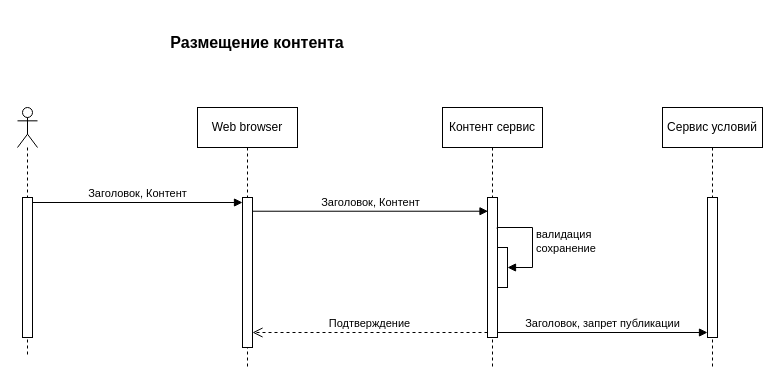
Above: page "Размещение" (3 of 6) of hw1/(2) sequence.drawio in Slezkin-AV/microservice_hw (draw.io), before the change. Source tidied: cells renumbered, new cells numbered last; positions are measured from the earlier drawing's top-left corner, leaving out a move shared by most shapes. Both pictures are drawn from the tidied source at 100%, with x=0, y=0 at pixel (17, 27).
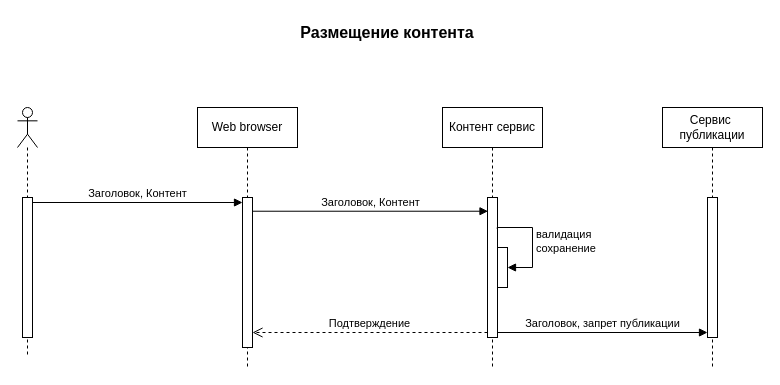
The same diagram, later.

Diff of the diagram source:
```diff
@@
 <mxGraphModel>
   <root>
     <mxCell id="0" />
     <mxCell id="1" parent="0" />
     <mxCell id="2" style="shape=umlLifeline;perimeter=lifelinePerimeter;whiteSpace=wrap;html=1;newEdgeStyle={&quot;curved&quot;:0,&quot;rounded&quot;:0};participant=umlActor;" parent="1" vertex="1">
       <mxGeometry y="80" width="20" height="250" as="geometry" />
     </mxCell>
     <mxCell id="3" style="html=1;points=[[0,0,0,0,5],[0,1,0,0,-5],[1,0,0,0,5],[1,1,0,0,-5]];perimeter=orthogonalPerimeter;outlineConnect=0;targetShapes=umlLifeline;portConstraint=eastwest;newEdgeStyle={&quot;curved&quot;:0,&quot;rounded&quot;:0};" parent="2" vertex="1">
       <mxGeometry x="5" y="90" width="10" height="140" as="geometry" />
     </mxCell>
     <mxCell id="4" value="Контент сервис" style="shape=umlLifeline;perimeter=lifelinePerimeter;whiteSpace=wrap;html=1;newEdgeStyle={&quot;curved&quot;:0,&quot;rounded&quot;:0};" parent="1" vertex="1">
       <mxGeometry x="425" y="80" width="100" height="260" as="geometry" />
     </mxCell>
     <mxCell id="5" style="html=1;points=[[0,0,0,0,5],[0,1,0,0,-5],[1,0,0,0,5],[1,1,0,0,-5]];perimeter=orthogonalPerimeter;outlineConnect=0;targetShapes=umlLifeline;portConstraint=eastwest;newEdgeStyle={&quot;curved&quot;:0,&quot;rounded&quot;:0};" parent="4" vertex="1">
       <mxGeometry x="45" y="90" width="10" height="140" as="geometry" />
     </mxCell>
     <mxCell id="6" style="html=1;points=[[0,0,0,0,5],[0,1,0,0,-5],[1,0,0,0,5],[1,1,0,0,-5]];perimeter=orthogonalPerimeter;outlineConnect=0;targetShapes=umlLifeline;portConstraint=eastwest;newEdgeStyle={&quot;curved&quot;:0,&quot;rounded&quot;:0};" parent="4" vertex="1">
       <mxGeometry x="55" y="140" width="10" height="40" as="geometry" />
     </mxCell>
     <mxCell id="7" value="валидация&lt;div&gt;сохранение&lt;/div&gt;" style="html=1;align=left;spacingLeft=2;endArrow=block;rounded=0;edgeStyle=orthogonalEdgeStyle;curved=0;rounded=0;exitX=0.97;exitY=0.223;exitDx=0;exitDy=0;exitPerimeter=0;" parent="4" edge="1" source="5" target="6">
       <mxGeometry relative="1" as="geometry">
         <Array as="points">
           <mxPoint x="55" y="120" />
           <mxPoint x="90" y="120" />
           <mxPoint x="90" y="160" />
         </Array>
       </mxGeometry>
     </mxCell>
     <mxCell id="8" value="Заголовок, Контент" style="html=1;verticalAlign=bottom;endArrow=block;curved=0;rounded=0;exitX=1;exitY=0;exitDx=0;exitDy=5;exitPerimeter=0;" parent="1" edge="1" source="3" target="11">
       <mxGeometry relative="1" as="geometry" />
     </mxCell>
     <mxCell id="9" value="Подтверждение" style="html=1;verticalAlign=bottom;endArrow=open;dashed=1;endSize=8;curved=0;rounded=0;exitX=0;exitY=1;exitDx=0;exitDy=-5;" parent="1" edge="1" source="5" target="11">
       <mxGeometry relative="1" as="geometry" />
     </mxCell>
     <mxCell id="10" value="Web browser" style="shape=umlLifeline;perimeter=lifelinePerimeter;whiteSpace=wrap;html=1;newEdgeStyle={&quot;curved&quot;:0,&quot;rounded&quot;:0};" parent="1" vertex="1">
       <mxGeometry x="180" y="80" width="100" height="260" as="geometry" />
     </mxCell>
     <mxCell id="11" style="html=1;points=[[0,0,0,0,5],[0,1,0,0,-5],[1,0,0,0,5],[1,1,0,0,-5]];perimeter=orthogonalPerimeter;outlineConnect=0;targetShapes=umlLifeline;portConstraint=eastwest;newEdgeStyle={&quot;curved&quot;:0,&quot;rounded&quot;:0};" parent="10" vertex="1">
       <mxGeometry x="45" y="90" width="10" height="150" as="geometry" />
     </mxCell>
     <mxCell id="12" value="Заголовок, Контент" style="html=1;verticalAlign=bottom;endArrow=block;curved=0;rounded=0;entryX=0.05;entryY=0.098;entryDx=0;entryDy=0;entryPerimeter=0;" parent="1" edge="1" source="11" target="5">
       <mxGeometry relative="1" as="geometry" />
     </mxCell>
     <mxCell id="13" value="Размещение контента" style="text;html=1;align=center;verticalAlign=middle;whiteSpace=wrap;rounded=0;fontSize=16;fontStyle=1;" parent="1" vertex="1">
-      <mxGeometry x="15" width="450" height="30" as="geometry" />
+      <mxGeometry x="145" y="-10" width="450" height="30" as="geometry" />
     </mxCell>
-    <mxCell id="14" value="Сервис условий" style="shape=umlLifeline;perimeter=lifelinePerimeter;whiteSpace=wrap;html=1;newEdgeStyle={&quot;curved&quot;:0,&quot;rounded&quot;:0};" parent="1" vertex="1">
+    <mxCell id="14" value="Сервис&amp;nbsp; публикации" style="shape=umlLifeline;perimeter=lifelinePerimeter;whiteSpace=wrap;html=1;newEdgeStyle={&quot;curved&quot;:0,&quot;rounded&quot;:0};" parent="1" vertex="1">
       <mxGeometry x="645" y="80" width="100" height="260" as="geometry" />
     </mxCell>
     <mxCell id="15" style="html=1;points=[[0,0,0,0,5],[0,1,0,0,-5],[1,0,0,0,5],[1,1,0,0,-5]];perimeter=orthogonalPerimeter;outlineConnect=0;targetShapes=umlLifeline;portConstraint=eastwest;newEdgeStyle={&quot;curved&quot;:0,&quot;rounded&quot;:0};" parent="14" vertex="1">
       <mxGeometry x="45" y="90" width="10" height="140" as="geometry" />
     </mxCell>
     <mxCell id="16" value="Заголовок, запрет публикации" style="html=1;verticalAlign=bottom;endArrow=block;curved=0;rounded=0;exitX=1;exitY=1;exitDx=0;exitDy=-5;exitPerimeter=0;" parent="1" edge="1" source="5" target="15">
       <mxGeometry relative="1" as="geometry" />
     </mxCell>
   </root>
 </mxGraphModel>
```
